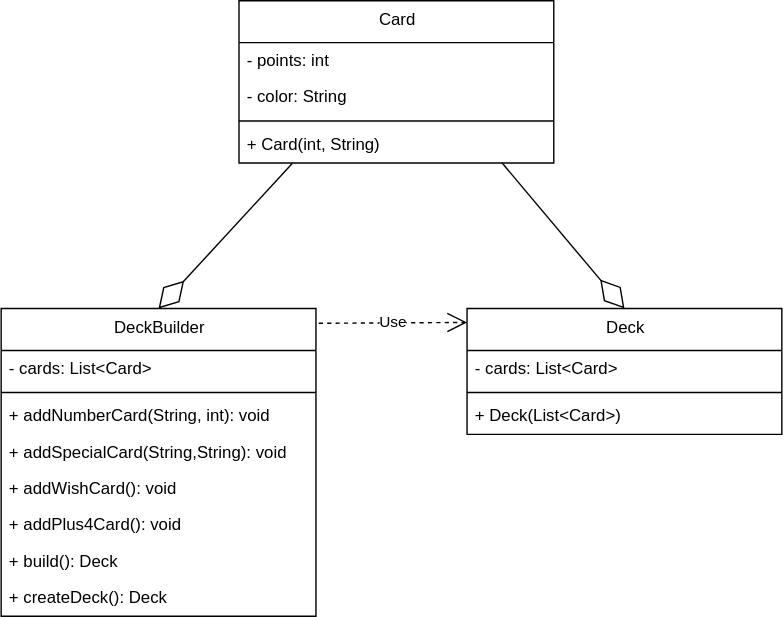
Earlier version of the draw.io export assets/BuilderMuster.drawio.svg (willizielke/ASE-UnoGame). Source tidied: cells renumbered, new cells last; positions are measured from the earlier drawing's top-left corner, leaving out a move shared by most shapes.
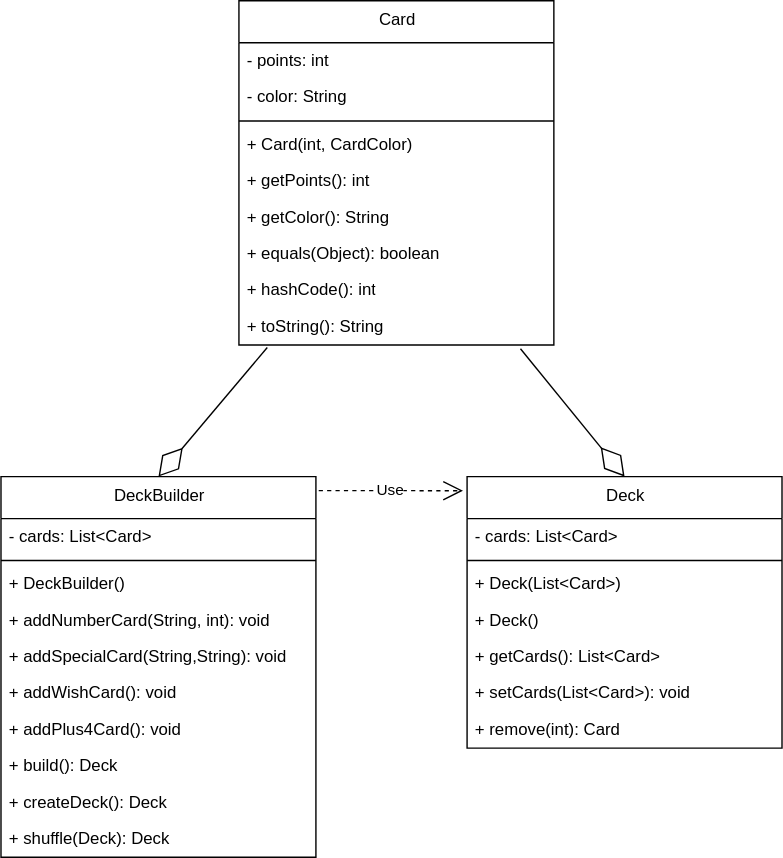
Later version of the same file.

Commit message:
Builder-uml

Change to the diagram source:
```diff
@@ -3,7 +3,7 @@
     <mxCell id="0" />
     <mxCell id="1" parent="0" />
     <mxCell id="2" value="DeckBuilder" style="swimlane;fontStyle=0;align=center;verticalAlign=top;horizontal=1;startSize=30;html=1;" parent="1" vertex="1">
-      <mxGeometry y="220" width="225" height="220" as="geometry" />
+      <mxGeometry y="220" width="225" height="272" as="geometry" />
     </mxCell>
     <mxCell id="3" value="- cards: List&amp;lt;Card&amp;gt;" style="text;html=1;strokeColor=none;fillColor=none;align=left;verticalAlign=middle;spacingLeft=4;spacingRight=4;overflow=hidden;" parent="2" vertex="1">
       <mxGeometry y="30" width="225" height="26" as="geometry" />
@@ -11,26 +11,32 @@
     <mxCell id="4" style="line;strokeWidth=1;fillColor=none;align=left;verticalAlign=middle;spacingTop=-1;spacingLeft=3;spacingRight=3;labelPosition=right;" parent="2" vertex="1">
       <mxGeometry y="56" width="225" height="8" as="geometry" />
     </mxCell>
+    <mxCell id="23" value="+ DeckBuilder()" style="text;html=1;strokeColor=none;fillColor=none;align=left;verticalAlign=middle;spacingLeft=4;spacingRight=4;overflow=hidden;" parent="2" vertex="1">
+      <mxGeometry y="64" width="225" height="26" as="geometry" />
+    </mxCell>
     <mxCell id="5" value="+ addNumberCard(String, int): void" style="text;html=1;strokeColor=none;fillColor=none;align=left;verticalAlign=middle;spacingLeft=4;spacingRight=4;overflow=hidden;" parent="2" vertex="1">
-      <mxGeometry y="64" width="225" height="26" as="geometry" />
+      <mxGeometry y="90" width="225" height="26" as="geometry" />
     </mxCell>
     <mxCell id="6" value="+ addSpecialCard(String,String): void" style="text;html=1;strokeColor=none;fillColor=none;align=left;verticalAlign=middle;spacingLeft=4;spacingRight=4;overflow=hidden;" parent="2" vertex="1">
-      <mxGeometry y="90" width="225" height="26" as="geometry" />
+      <mxGeometry y="116" width="225" height="26" as="geometry" />
     </mxCell>
     <mxCell id="7" value="+ addWishCard(): void" style="text;html=1;strokeColor=none;fillColor=none;align=left;verticalAlign=middle;spacingLeft=4;spacingRight=4;overflow=hidden;" parent="2" vertex="1">
-      <mxGeometry y="116" width="225" height="26" as="geometry" />
+      <mxGeometry y="142" width="225" height="26" as="geometry" />
     </mxCell>
     <mxCell id="8" value="+ addPlus4Card(): void" style="text;html=1;strokeColor=none;fillColor=none;align=left;verticalAlign=middle;spacingLeft=4;spacingRight=4;overflow=hidden;" parent="2" vertex="1">
-      <mxGeometry y="142" width="225" height="26" as="geometry" />
+      <mxGeometry y="168" width="225" height="26" as="geometry" />
     </mxCell>
     <mxCell id="9" value="+ build(): Deck" style="text;html=1;strokeColor=none;fillColor=none;align=left;verticalAlign=middle;spacingLeft=4;spacingRight=4;overflow=hidden;" parent="2" vertex="1">
-      <mxGeometry y="168" width="225" height="26" as="geometry" />
+      <mxGeometry y="194" width="225" height="26" as="geometry" />
     </mxCell>
     <mxCell id="10" value="+ createDeck(): Deck" style="text;html=1;strokeColor=none;fillColor=none;align=left;verticalAlign=middle;spacingLeft=4;spacingRight=4;overflow=hidden;" parent="2" vertex="1">
-      <mxGeometry y="194" width="225" height="26" as="geometry" />
+      <mxGeometry y="220" width="225" height="26" as="geometry" />
     </mxCell>
+    <mxCell id="24" value="+ shuffle(Deck): Deck" style="text;html=1;strokeColor=none;fillColor=none;align=left;verticalAlign=middle;spacingLeft=4;spacingRight=4;overflow=hidden;" parent="2" vertex="1">
+      <mxGeometry y="246" width="225" height="26" as="geometry" />
+    </mxCell>
     <mxCell id="11" value="Deck" style="swimlane;fontStyle=0;align=center;verticalAlign=top;horizontal=1;startSize=30;html=1;" parent="1" vertex="1">
-      <mxGeometry x="333" y="220" width="225" height="90" as="geometry" />
+      <mxGeometry x="333" y="220" width="225" height="194" as="geometry" />
     </mxCell>
     <mxCell id="12" value="- cards: List&amp;lt;Card&amp;gt;" style="text;html=1;strokeColor=none;fillColor=none;align=left;verticalAlign=middle;spacingLeft=4;spacingRight=4;overflow=hidden;" parent="11" vertex="1">
       <mxGeometry y="30" width="225" height="26" as="geometry" />
@@ -41,8 +47,20 @@
     <mxCell id="14" value="+ Deck(List&amp;lt;Card&amp;gt;)" style="text;html=1;strokeColor=none;fillColor=none;align=left;verticalAlign=middle;spacingLeft=4;spacingRight=4;overflow=hidden;" parent="11" vertex="1">
       <mxGeometry y="64" width="225" height="26" as="geometry" />
     </mxCell>
+    <mxCell id="25" value="+ Deck()" style="text;html=1;strokeColor=none;fillColor=none;align=left;verticalAlign=middle;spacingLeft=4;spacingRight=4;overflow=hidden;" parent="11" vertex="1">
+      <mxGeometry y="90" width="225" height="26" as="geometry" />
+    </mxCell>
+    <mxCell id="26" value="+ getCards(): List&amp;lt;Card&amp;gt;" style="text;html=1;strokeColor=none;fillColor=none;align=left;verticalAlign=middle;spacingLeft=4;spacingRight=4;overflow=hidden;" parent="11" vertex="1">
+      <mxGeometry y="116" width="225" height="26" as="geometry" />
+    </mxCell>
+    <mxCell id="27" value="+ setCards(List&amp;lt;Card&amp;gt;): void" style="text;html=1;strokeColor=none;fillColor=none;align=left;verticalAlign=middle;spacingLeft=4;spacingRight=4;overflow=hidden;" parent="11" vertex="1">
+      <mxGeometry y="142" width="225" height="26" as="geometry" />
+    </mxCell>
+    <mxCell id="28" value="+ remove(int): Card" style="text;html=1;strokeColor=none;fillColor=none;align=left;verticalAlign=middle;spacingLeft=4;spacingRight=4;overflow=hidden;" parent="11" vertex="1">
+      <mxGeometry y="168" width="225" height="26" as="geometry" />
+    </mxCell>
     <mxCell id="15" value="Card" style="swimlane;fontStyle=0;align=center;verticalAlign=top;horizontal=1;startSize=30;html=1;" parent="1" vertex="1">
-      <mxGeometry x="170" width="225" height="116" as="geometry" />
+      <mxGeometry x="170" y="-120" width="225" height="246" as="geometry" />
     </mxCell>
     <mxCell id="16" value="- points: int" style="text;html=1;strokeColor=none;fillColor=none;align=left;verticalAlign=middle;spacingLeft=4;spacingRight=4;overflow=hidden;" parent="15" vertex="1">
       <mxGeometry y="30" width="225" height="26" as="geometry" />
@@ -53,17 +71,34 @@
     <mxCell id="18" style="line;strokeWidth=1;fillColor=none;align=left;verticalAlign=middle;spacingTop=-1;spacingLeft=3;spacingRight=3;labelPosition=right;" parent="15" vertex="1">
       <mxGeometry y="82" width="225" height="8" as="geometry" />
     </mxCell>
-    <mxCell id="19" value="+ Card(int, String)" style="text;html=1;strokeColor=none;fillColor=none;align=left;verticalAlign=middle;spacingLeft=4;spacingRight=4;overflow=hidden;points=[[0,0.5],[1,0.5]];portConstraint=eastwest;" parent="15" vertex="1">
+    <mxCell id="19" value="+ Card(int, CardColor)" style="text;html=1;strokeColor=none;fillColor=none;align=left;verticalAlign=middle;spacingLeft=4;spacingRight=4;overflow=hidden;points=[[0,0.5],[1,0.5]];portConstraint=eastwest;" parent="15" vertex="1">
       <mxGeometry y="90" width="225" height="26" as="geometry" />
     </mxCell>
+    <mxCell id="29" value="+ getPoints(): int" style="text;html=1;strokeColor=none;fillColor=none;align=left;verticalAlign=middle;spacingLeft=4;spacingRight=4;overflow=hidden;" parent="15" vertex="1">
+      <mxGeometry y="116" width="225" height="26" as="geometry" />
+    </mxCell>
+    <mxCell id="30" value="+ getColor(): String" style="text;html=1;strokeColor=none;fillColor=none;align=left;verticalAlign=middle;spacingLeft=4;spacingRight=4;overflow=hidden;" parent="15" vertex="1">
+      <mxGeometry y="142" width="225" height="26" as="geometry" />
+    </mxCell>
+    <mxCell id="31" value="+ equals(Object): boolean" style="text;html=1;strokeColor=none;fillColor=none;align=left;verticalAlign=middle;spacingLeft=4;spacingRight=4;overflow=hidden;" parent="15" vertex="1">
+      <mxGeometry y="168" width="225" height="26" as="geometry" />
+    </mxCell>
+    <mxCell id="32" value="+ hashCode(): int" style="text;html=1;strokeColor=none;fillColor=none;align=left;verticalAlign=middle;spacingLeft=4;spacingRight=4;overflow=hidden;" parent="15" vertex="1">
+      <mxGeometry y="194" width="225" height="26" as="geometry" />
+    </mxCell>
+    <mxCell id="33" value="+ toString(): String" style="text;html=1;strokeColor=none;fillColor=none;align=left;verticalAlign=middle;spacingLeft=4;spacingRight=4;overflow=hidden;points=[[0,0.5],[1,0.5]];portConstraint=eastwest;" parent="15" vertex="1">
+      <mxGeometry y="220" width="225" height="26" as="geometry" />
+    </mxCell>
-    <mxCell id="20" style="endArrow=diamondThin;endFill=0;endSize=24;html=1;rounded=0;entryX=0.5;entryY=0;entryDx=0;entryDy=0;exitX=0.836;exitY=1.002;exitDx=0;exitDy=0;exitPerimeter=0;" parent="1" edge="1" source="19" target="11">
+    <mxCell id="20" style="endArrow=diamondThin;endFill=0;endSize=24;html=1;rounded=0;entryX=0.5;entryY=0;entryDx=0;entryDy=0;exitX=0.894;exitY=1.103;exitDx=0;exitDy=0;exitPerimeter=0;" parent="1" edge="1" source="33" target="11">
       <mxGeometry relative="1" as="geometry" />
     </mxCell>
-    <mxCell id="21" style="endArrow=diamondThin;endFill=0;endSize=24;html=1;rounded=0;exitX=0.169;exitY=1.016;exitDx=0;exitDy=0;exitPerimeter=0;entryX=0.5;entryY=0;entryDx=0;entryDy=0;" parent="1" edge="1" source="19" target="2">
+    <mxCell id="21" style="endArrow=diamondThin;endFill=0;endSize=24;html=1;rounded=0;entryX=0.5;entryY=0;entryDx=0;entryDy=0;exitX=0.09;exitY=1.067;exitDx=0;exitDy=0;exitPerimeter=0;" parent="1" edge="1" source="33" target="2">
       <mxGeometry relative="1" as="geometry" />
     </mxCell>
-    <mxCell id="22" value="Use" style="endArrow=open;endSize=12;dashed=1;html=1;rounded=0;entryX=0;entryY=0.111;entryDx=0;entryDy=0;entryPerimeter=0;exitX=1.009;exitY=0.048;exitDx=0;exitDy=0;exitPerimeter=0;" parent="1" edge="1" source="2" target="11">
-      <mxGeometry relative="1" as="geometry" />
+    <mxCell id="22" value="Use" style="endArrow=open;endSize=12;dashed=1;html=1;rounded=0;entryX=-0.013;entryY=0.052;entryDx=0;entryDy=0;entryPerimeter=0;" parent="1" edge="1" target="11">
+      <mxGeometry relative="1" as="geometry">
+        <mxPoint x="227" y="230" as="sourcePoint" />
+      </mxGeometry>
     </mxCell>
   </root>
 </mxGraphModel>
```
